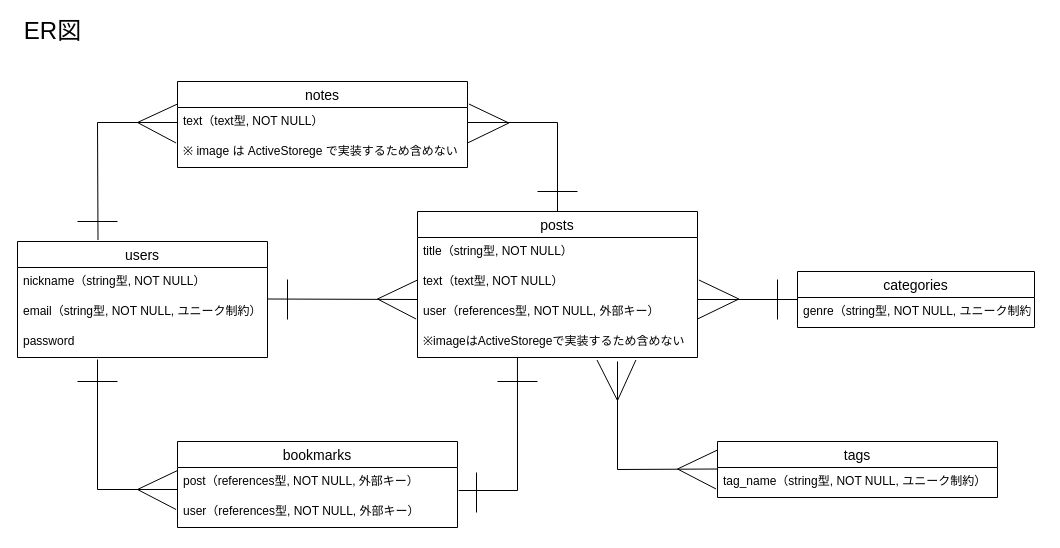
yuuri-aqua/note-38690 keeps this draw.io diagram as ER.dio. Above is the earlier version. Source tidied: cells renumbered, new cells numbered last; positions are measured from the earlier drawing's top-left corner, leaving out a move shared by most shapes. Both pictures are drawn from the tidied source at 100%, with x=0, y=0 at pixel (17, 21).
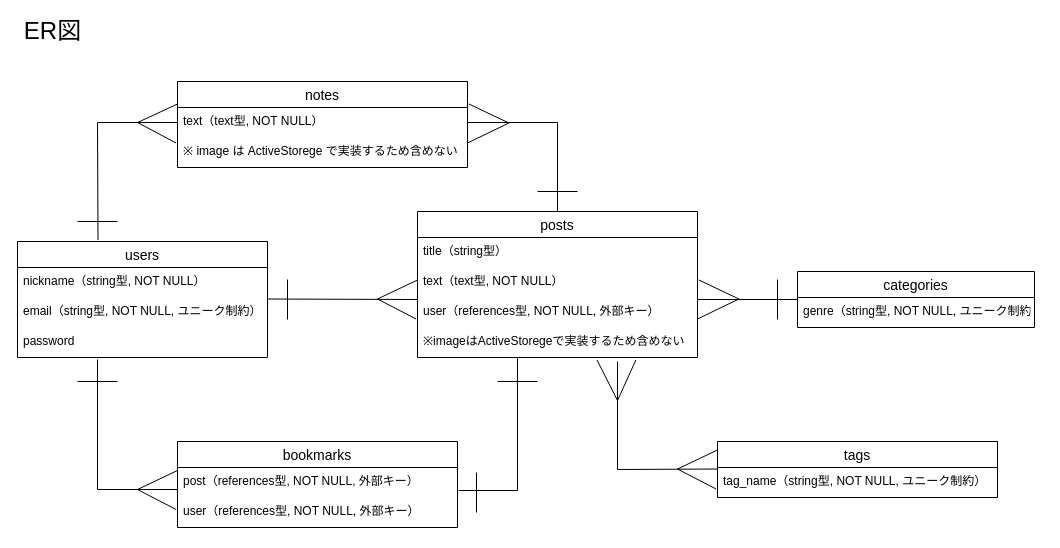
The same page after the edit.

Unchanged cells that the change refers to:
```xml
<mxCell id="7" value="posts" style="swimlane;fontStyle=0;horizontal=1;startSize=26;align=center;fontSize=14;" parent="1" vertex="1">
  <mxGeometry x="400" y="190" width="280" height="146" as="geometry" />
</mxCell>
```

Change to the diagram source:
```diff
@@
-    <mxCell id="8" value="title（string型, NOT NULL）" style="text;strokeColor=none;fillColor=none;spacingLeft=4;spacingRight=4;overflow=hidden;fontSize=12;" parent="7" vertex="1">
+    <mxCell id="8" value="title（string型）" style="text;strokeColor=none;fillColor=none;spacingLeft=4;spacingRight=4;overflow=hidden;fontSize=12;" parent="7" vertex="1">
       <mxGeometry y="26" width="280" height="30" as="geometry" />
     </mxCell>
```
